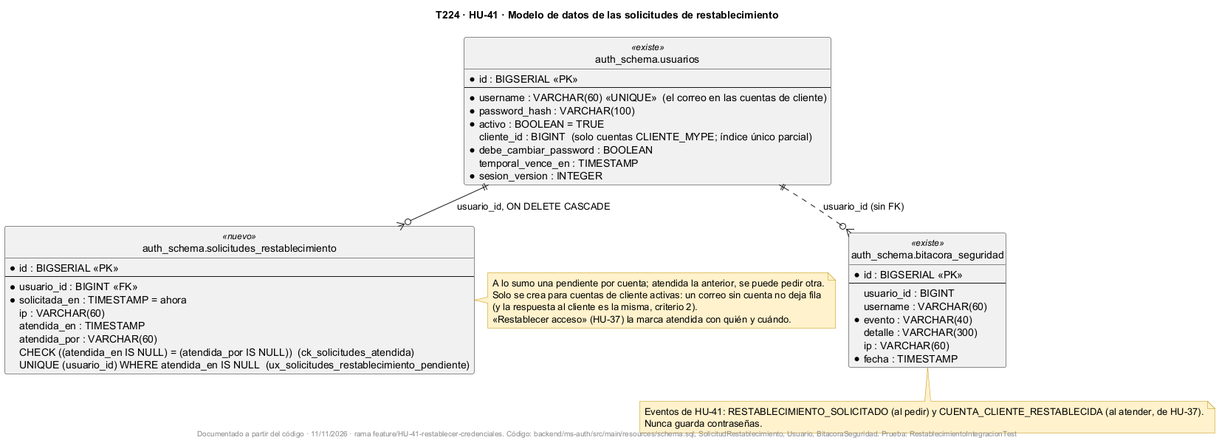
Earlier version of the PlantUML export docs/uml/img/T224-HU41-er-solicitudes-restablecimiento.png (fabianrodriguez33/plus-contable). The source it was exported from:
```plantuml
@startuml
!pragma layout smetana
title T224 · HU-41 · Modelo de datos de las solicitudes de restablecimiento
skinparam shadowing false
skinparam noteBackgroundColor #FFF2CC
skinparam noteBorderColor #BF9000
hide circle

entity "auth_schema.usuarios" as usuarios <<existe>> {
  * id : BIGSERIAL <<PK>>
  --
  * username : VARCHAR(60) <<UNIQUE>>  (el correo en las cuentas de cliente)
  * password_hash : VARCHAR(100)
  * activo : BOOLEAN = TRUE
    cliente_id : BIGINT  (solo cuentas CLIENTE_MYPE; índice único parcial)
  * debe_cambiar_password : BOOLEAN
    temporal_vence_en : TIMESTAMP
  * sesion_version : INTEGER
}

entity "auth_schema.solicitudes_restablecimiento" as solicitudes <<nuevo>> {
  * id : BIGSERIAL <<PK>>
  --
  * usuario_id : BIGINT <<FK>>
  * solicitada_en : TIMESTAMP = ahora
    ip : VARCHAR(60)
    atendida_en : TIMESTAMP
    atendida_por : VARCHAR(60)
  CHECK ((atendida_en IS NULL) = (atendida_por IS NULL))  (ck_solicitudes_atendida)
  UNIQUE (usuario_id) WHERE atendida_en IS NULL  (ux_solicitudes_restablecimiento_pendiente)
}

entity "auth_schema.bitacora_seguridad" as bitacora <<existe>> {
  * id : BIGSERIAL <<PK>>
  --
    usuario_id : BIGINT
    username : VARCHAR(60)
  * evento : VARCHAR(40)
    detalle : VARCHAR(300)
    ip : VARCHAR(60)
  * fecha : TIMESTAMP
}

usuarios ||--o{ solicitudes : usuario_id, ON DELETE CASCADE
usuarios ||..o{ bitacora : usuario_id (sin FK)

note right of solicitudes
  A lo sumo una pendiente por cuenta; atendida la anterior, se puede pedir otra.
  Solo se crea para cuentas de cliente activas: un correo sin cuenta no deja fila
  (y la respuesta al cliente es la misma, criterio 2).
  «Restablecer acceso» (HU-37) la marca atendida con quién y cuándo.
end note

note bottom of bitacora
  Eventos de HU-41: RESTABLECIMIENTO_SOLICITADO (al pedir) y CUENTA_CLIENTE_RESTABLECIDA (al atender, de HU-37).
  Nunca guarda contraseñas.
end note

footer Documentado a partir del código · 11/11/2026 · rama feature/HU-41-restablecer-credenciales. Código: backend/ms-auth/src/main/resources/schema.sql, SolicitudRestablecimiento, Usuario, BitacoraSeguridad. Prueba: RestablecimientoIntegracionTest
@enduml
```
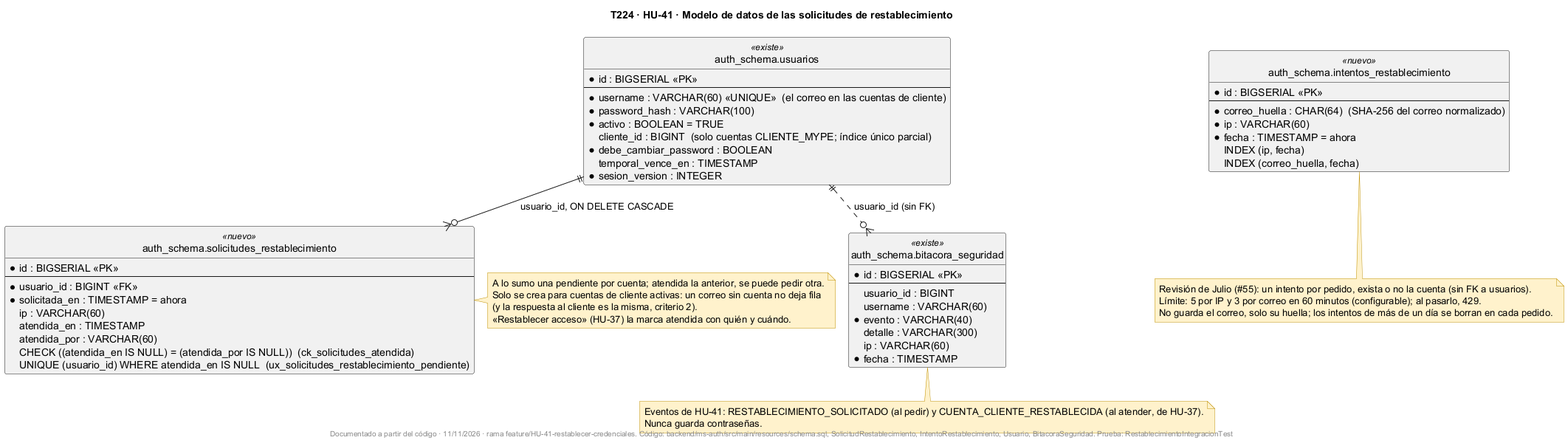
Above is the later version.

Commit message:
HU-41: diagramas de la tarea 224 con los límites, el intento por pedido, la búsqueda en segundo plano y la transacción

What changed in the source:
```diff
@@ -41,6 +41,22 @@
   * fecha : TIMESTAMP
 }
 
+entity "auth_schema.intentos_restablecimiento" as intentos <<nuevo>> {
+  * id : BIGSERIAL <<PK>>
+  --
+  * correo_huella : CHAR(64)  (SHA-256 del correo normalizado)
+  * ip : VARCHAR(60)
+  * fecha : TIMESTAMP = ahora
+  INDEX (ip, fecha)
+  INDEX (correo_huella, fecha)
+}
+
+note bottom of intentos
+  Revisión de Julio (#55): un intento por pedido, exista o no la cuenta (sin FK a usuarios).
+  Límite: 5 por IP y 3 por correo en 60 minutos (configurable); al pasarlo, 429.
+  No guarda el correo, solo su huella; los intentos de más de un día se borran en cada pedido.
+end note
+
 usuarios ||--o{ solicitudes : usuario_id, ON DELETE CASCADE
 usuarios ||..o{ bitacora : usuario_id (sin FK)
 
@@ -56,5 +72,5 @@
   Nunca guarda contraseñas.
 end note
 
-footer Documentado a partir del código · 11/11/2026 · rama feature/HU-41-restablecer-credenciales. Código: backend/ms-auth/src/main/resources/schema.sql, SolicitudRestablecimiento, Usuario, BitacoraSeguridad. Prueba: RestablecimientoIntegracionTest
+footer Documentado a partir del código · 11/11/2026 · rama feature/HU-41-restablecer-credenciales. Código: backend/ms-auth/src/main/resources/schema.sql, SolicitudRestablecimiento, IntentoRestablecimiento, Usuario, BitacoraSeguridad. Prueba: RestablecimientoIntegracionTest
 @enduml
```
